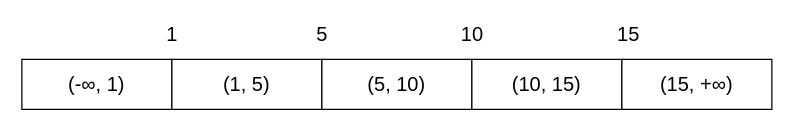
The draw.io diagram mysql/事务隔离/加锁情况.drawio in xiaolincoder/ImageHost4, before the edit. Source tidied: cells renumbered, new cells numbered last; positions are measured from the earlier drawing's top-left corner, leaving out a move shared by most shapes. Both pictures are drawn from the tidied source at 125%, with x=0, y=0 at pixel (21, 21).
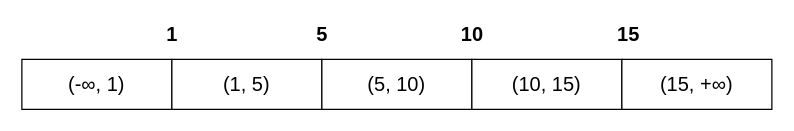
Above is the later version.

Commit message (it also covers changes not shown here):
更新加锁情况.drawio

Diff of the diagram source:
```diff
@@
 <mxGraphModel>
   <root>
     <mxCell id="0" />
     <mxCell id="1" parent="0" />
     <mxCell id="2" value="(-∞, 1)" style="rounded=0;whiteSpace=wrap;html=1;fontSize=16;" parent="1" vertex="1">
       <mxGeometry y="30" width="120" height="40" as="geometry" />
     </mxCell>
     <mxCell id="3" value="(1, 5)" style="rounded=0;whiteSpace=wrap;html=1;fontSize=16;" parent="1" vertex="1">
       <mxGeometry x="120" y="30" width="120" height="40" as="geometry" />
     </mxCell>
     <mxCell id="4" value="(5, 10)" style="rounded=0;whiteSpace=wrap;html=1;fontSize=16;" parent="1" vertex="1">
       <mxGeometry x="240" y="30" width="120" height="40" as="geometry" />
     </mxCell>
     <mxCell id="5" value="(10, 15)" style="rounded=0;whiteSpace=wrap;html=1;fontSize=16;" parent="1" vertex="1">
       <mxGeometry x="360" y="30" width="120" height="40" as="geometry" />
     </mxCell>
     <mxCell id="6" value="(15, +∞)" style="rounded=0;whiteSpace=wrap;html=1;fontSize=16;" parent="1" vertex="1">
       <mxGeometry x="480" y="30" width="120" height="40" as="geometry" />
     </mxCell>
-    <mxCell id="7" value="1" style="text;html=1;align=center;verticalAlign=middle;strokeColor=none;fillColor=none;fontSize=16;" parent="1" vertex="1">
+    <mxCell id="7" value="1" style="text;html=1;align=center;verticalAlign=middle;strokeColor=none;fillColor=none;fontSize=16;fontStyle=1;" parent="1" vertex="1">
       <mxGeometry x="110" width="20" height="20" as="geometry" />
     </mxCell>
-    <mxCell id="8" value="5" style="text;html=1;align=center;verticalAlign=middle;strokeColor=none;fillColor=none;fontSize=16;" parent="1" vertex="1">
+    <mxCell id="8" value="5" style="text;html=1;align=center;verticalAlign=middle;strokeColor=none;fillColor=none;fontSize=16;fontStyle=1;" parent="1" vertex="1">
       <mxGeometry x="230" width="20" height="20" as="geometry" />
     </mxCell>
-    <mxCell id="9" value="10" style="text;html=1;align=center;verticalAlign=middle;strokeColor=none;fillColor=none;fontSize=16;" parent="1" vertex="1">
+    <mxCell id="9" value="10" style="text;html=1;align=center;verticalAlign=middle;strokeColor=none;fillColor=none;fontSize=16;fontStyle=1;" parent="1" vertex="1">
       <mxGeometry x="345" width="30" height="20" as="geometry" />
     </mxCell>
-    <mxCell id="10" value="15" style="text;html=1;align=center;verticalAlign=middle;strokeColor=none;fillColor=none;fontSize=16;" parent="1" vertex="1">
+    <mxCell id="10" value="15" style="text;html=1;align=center;verticalAlign=middle;strokeColor=none;fillColor=none;fontSize=16;fontStyle=1;" parent="1" vertex="1">
       <mxGeometry x="470" width="30" height="20" as="geometry" />
     </mxCell>
   </root>
 </mxGraphModel>
```
